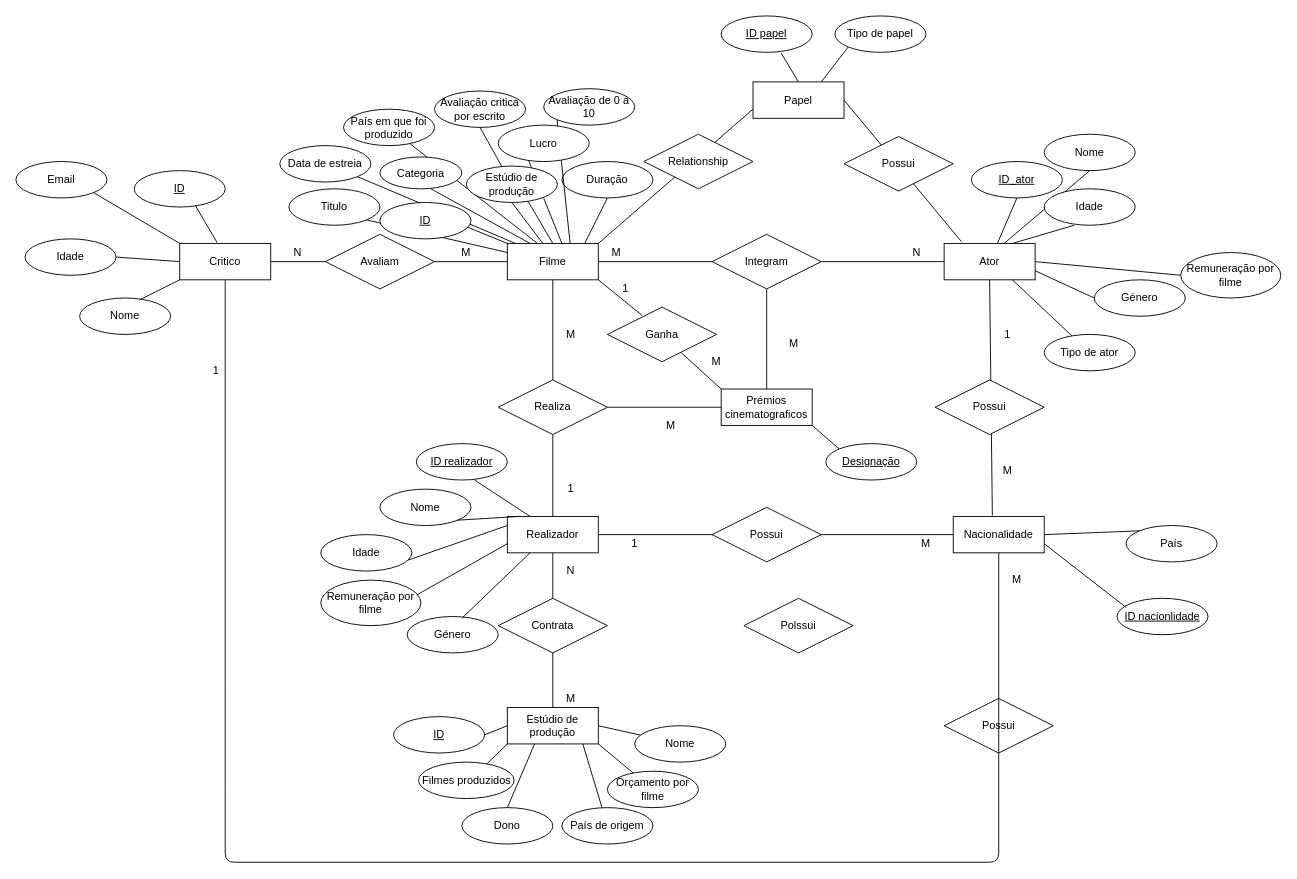
joaogomes777/pr_bio_2020-2021_assignments keeps this draw.io diagram as Projeto BD_v2.drawio. Above is the earlier version. Source tidied: cells renumbered, new cells numbered last; positions are measured from the earlier drawing's top-left corner, leaving out a move shared by most shapes. Both pictures are drawn from the tidied source at 91%, with x=0, y=0 at pixel (15, 15).
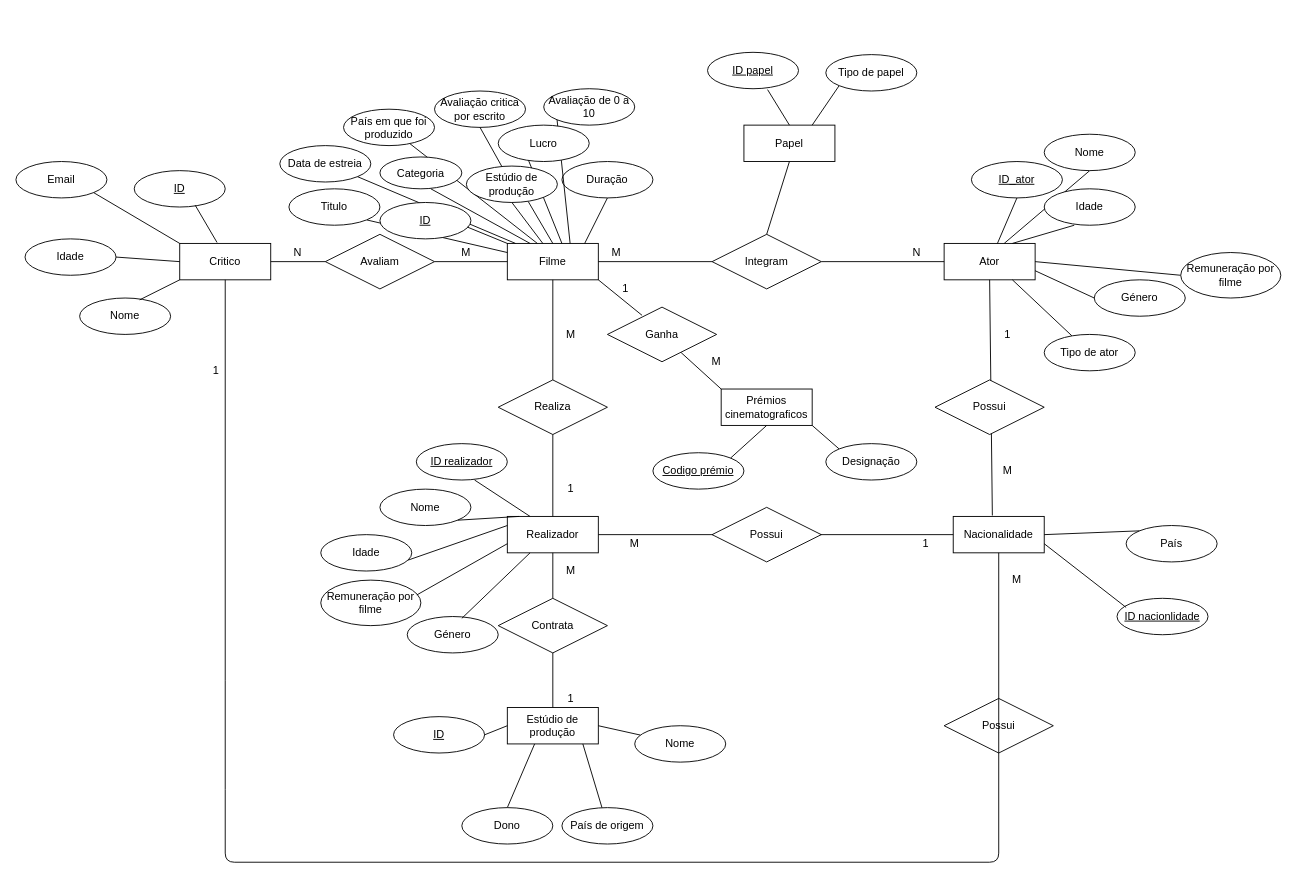
Above is the later version.

Unchanged cells that the change refers to:
```xml
<mxCell id="3" value="Estúdio de produção" style="whiteSpace=wrap;html=1;align=center;" parent="1" vertex="1">
  <mxGeometry x="540" y="760" width="100" height="40" as="geometry" />
</mxCell>
<mxCell id="19" value="Realiza" style="shape=rhombus;perimeter=rhombusPerimeter;whiteSpace=wrap;html=1;align=center;" parent="1" vertex="1">
  <mxGeometry x="530" y="400" width="120" height="60" as="geometry" />
</mxCell>
<mxCell id="22" value="Integram" style="shape=rhombus;perimeter=rhombusPerimeter;whiteSpace=wrap;html=1;align=center;" parent="1" vertex="1">
  <mxGeometry x="765" y="240" width="120" height="60" as="geometry" />
</mxCell>
<mxCell id="41" value="Prémios cinematograficos" style="whiteSpace=wrap;html=1;align=center;" parent="1" vertex="1">
  <mxGeometry x="775" y="410" width="100" height="40" as="geometry" />
</mxCell>
<mxCell id="74" value="M" style="text;html=1;strokeColor=none;fillColor=none;align=center;verticalAlign=middle;whiteSpace=wrap;rounded=0;" parent="1" vertex="1">
  <mxGeometry x="640" y="250" width="40" height="20" as="geometry" />
</mxCell>
```

Change to the diagram source:
```diff
@@
-    <mxCell id="45" style="endArrow=none;html=1;entryX=1;entryY=0.5;entryDx=0;entryDy=0;exitX=0;exitY=0.5;exitDx=0;exitDy=0;" parent="1" edge="1" source="41" target="19">
-      <mxGeometry relative="1" as="geometry" />
-    </mxCell>
@@
-    <mxCell id="47" value="&lt;u&gt;Designação&lt;/u&gt;" style="ellipse;whiteSpace=wrap;html=1;align=center;" parent="1" vertex="1">
+    <mxCell id="47" value="&lt;span&gt;Designação&lt;/span&gt;" style="ellipse;whiteSpace=wrap;html=1;align=center;fontStyle=0;" parent="1" vertex="1">
       <mxGeometry x="890" y="470" width="100" height="40" as="geometry" />
     </mxCell>
@@
-    <mxCell id="52" value="Orçamento por filme" style="ellipse;whiteSpace=wrap;html=1;align=center;" parent="1" vertex="1">
-      <mxGeometry x="650" y="830" width="100" height="40" as="geometry" />
-    </mxCell>
-    <mxCell id="53" style="endArrow=none;html=1;exitX=1;exitY=1;exitDx=0;exitDy=0;" parent="1" edge="1" source="3" target="52">
-      <mxGeometry relative="1" as="geometry" />
-    </mxCell>
@@
-    <mxCell id="56" value="Filmes produzidos" style="ellipse;whiteSpace=wrap;html=1;align=center;" parent="1" vertex="1">
-      <mxGeometry x="442.5" y="820" width="105" height="40" as="geometry" />
-    </mxCell>
-    <mxCell id="57" style="endArrow=none;html=1;entryX=0;entryY=1;entryDx=0;entryDy=0;exitX=0.714;exitY=0.05;exitDx=0;exitDy=0;exitPerimeter=0;" parent="1" edge="1" source="56" target="3">
-      <mxGeometry relative="1" as="geometry" />
-    </mxCell>
@@
-    <mxCell id="71" value="M" style="text;html=1;strokeColor=none;fillColor=none;align=center;verticalAlign=middle;whiteSpace=wrap;rounded=0;" parent="1" vertex="1">
-      <mxGeometry x="700" y="440" width="40" height="20" as="geometry" />
-    </mxCell>
@@
-    <mxCell id="73" value="M" style="text;html=1;strokeColor=none;fillColor=none;align=center;verticalAlign=middle;whiteSpace=wrap;rounded=0;" parent="1" vertex="1">
+    <mxCell id="73" value="1" style="text;html=1;strokeColor=none;fillColor=none;align=center;verticalAlign=middle;whiteSpace=wrap;rounded=0;" parent="1" vertex="1">
       <mxGeometry x="590" y="740" width="40" height="20" as="geometry" />
     </mxCell>
@@
-    <mxCell id="76" value="N" style="text;html=1;strokeColor=none;fillColor=none;align=center;verticalAlign=middle;whiteSpace=wrap;rounded=0;" parent="1" vertex="1">
+    <mxCell id="76" value="M" style="text;html=1;strokeColor=none;fillColor=none;align=center;verticalAlign=middle;whiteSpace=wrap;rounded=0;" parent="1" vertex="1">
       <mxGeometry x="590" y="600" width="40" height="20" as="geometry" />
     </mxCell>
@@
-    <mxCell id="78" value="M" style="text;html=1;strokeColor=none;fillColor=none;align=center;verticalAlign=middle;whiteSpace=wrap;rounded=0;" parent="1" vertex="1">
-      <mxGeometry x="835" y="350" width="40" height="20" as="geometry" />
-    </mxCell>
@@
-    <mxCell id="97" style="endArrow=none;html=1;entryX=0.5;entryY=1;entryDx=0;entryDy=0;exitX=0.5;exitY=0;exitDx=0;exitDy=0;" parent="1" edge="1" source="41" target="22">
-      <mxGeometry relative="1" as="geometry" />
-    </mxCell>
     <mxCell id="98" value="ID papel" style="ellipse;whiteSpace=wrap;html=1;align=center;fontStyle=4;" parent="1" vertex="1">
-      <mxGeometry x="775" width="100" height="40" as="geometry" />
+      <mxGeometry x="760" y="40" width="100" height="40" as="geometry" />
     </mxCell>
@@
     <mxCell id="100" value="Papel" style="whiteSpace=wrap;html=1;align=center;" parent="1" vertex="1">
-      <mxGeometry x="810" y="72.5" width="100" height="40" as="geometry" />
+      <mxGeometry x="800" y="120" width="100" height="40" as="geometry" />
     </mxCell>
@@
     <mxCell id="111" value="Tipo de papel" style="ellipse;whiteSpace=wrap;html=1;align=center;" parent="1" vertex="1">
-      <mxGeometry x="900" width="100" height="40" as="geometry" />
+      <mxGeometry x="890" y="42.5" width="100" height="40" as="geometry" />
     </mxCell>
@@
-    <mxCell id="115" style="endArrow=none;html=1;exitX=1;exitY=0.5;exitDx=0;exitDy=0;" parent="1" edge="1" source="100">
-      <mxGeometry relative="1" as="geometry">
-        <mxPoint x="1039" y="248" as="targetPoint" />
-      </mxGeometry>
+    <mxCell id="115" style="endArrow=none;html=1;exitX=0.5;exitY=1;exitDx=0;exitDy=0;entryX=0.5;entryY=0;entryDx=0;entryDy=0;" parent="1" edge="1" source="100" target="22">
+      <mxGeometry relative="1" as="geometry" />
     </mxCell>
-    <mxCell id="116" style="endArrow=none;html=1;entryX=0;entryY=0;entryDx=0;entryDy=0;exitX=0;exitY=0.75;exitDx=0;exitDy=0;" parent="1" edge="1" source="100" target="74">
-      <mxGeometry relative="1" as="geometry" />
-    </mxCell>
-    <mxCell id="117" value="Possui" style="shape=rhombus;perimeter=rhombusPerimeter;whiteSpace=wrap;html=1;align=center;" parent="1" vertex="1">
-      <mxGeometry x="910" y="132.5" width="120" height="60" as="geometry" />
-    </mxCell>
-    <mxCell id="118" value="Relationship" style="shape=rhombus;perimeter=rhombusPerimeter;whiteSpace=wrap;html=1;align=center;" parent="1" vertex="1">
-      <mxGeometry x="690" y="130" width="120" height="60" as="geometry" />
-    </mxCell>
@@
-    <mxCell id="125" value="Polssui" style="shape=rhombus;perimeter=rhombusPerimeter;whiteSpace=wrap;html=1;align=center;" parent="1" vertex="1">
-      <mxGeometry x="800" y="640" width="120" height="60" as="geometry" />
-    </mxCell>
@@
-    <mxCell id="131" value="1" style="text;html=1;strokeColor=none;fillColor=none;align=center;verticalAlign=middle;whiteSpace=wrap;rounded=0;" parent="1" vertex="1">
+    <mxCell id="131" value="M" style="text;html=1;strokeColor=none;fillColor=none;align=center;verticalAlign=middle;whiteSpace=wrap;rounded=0;" parent="1" vertex="1">
       <mxGeometry x="660" y="570" width="40" height="20" as="geometry" />
     </mxCell>
-    <mxCell id="132" value="M" style="text;html=1;strokeColor=none;fillColor=none;align=center;verticalAlign=middle;whiteSpace=wrap;rounded=0;" parent="1" vertex="1">
+    <mxCell id="132" value="1" style="text;html=1;strokeColor=none;fillColor=none;align=center;verticalAlign=middle;whiteSpace=wrap;rounded=0;" parent="1" vertex="1">
       <mxGeometry x="980" y="570" width="40" height="20" as="geometry" />
     </mxCell>
+    <mxCell id="133" value="Codigo prémio" style="ellipse;whiteSpace=wrap;html=1;align=center;fontStyle=4;" parent="1" vertex="1">
+      <mxGeometry x="700" y="480" width="100" height="40" as="geometry" />
+    </mxCell>
+    <mxCell id="134" style="endArrow=none;html=1;entryX=0.5;entryY=1;entryDx=0;entryDy=0;exitX=1;exitY=0;exitDx=0;exitDy=0;" parent="1" edge="1" source="133" target="41">
+      <mxGeometry relative="1" as="geometry" />
+    </mxCell>
```
